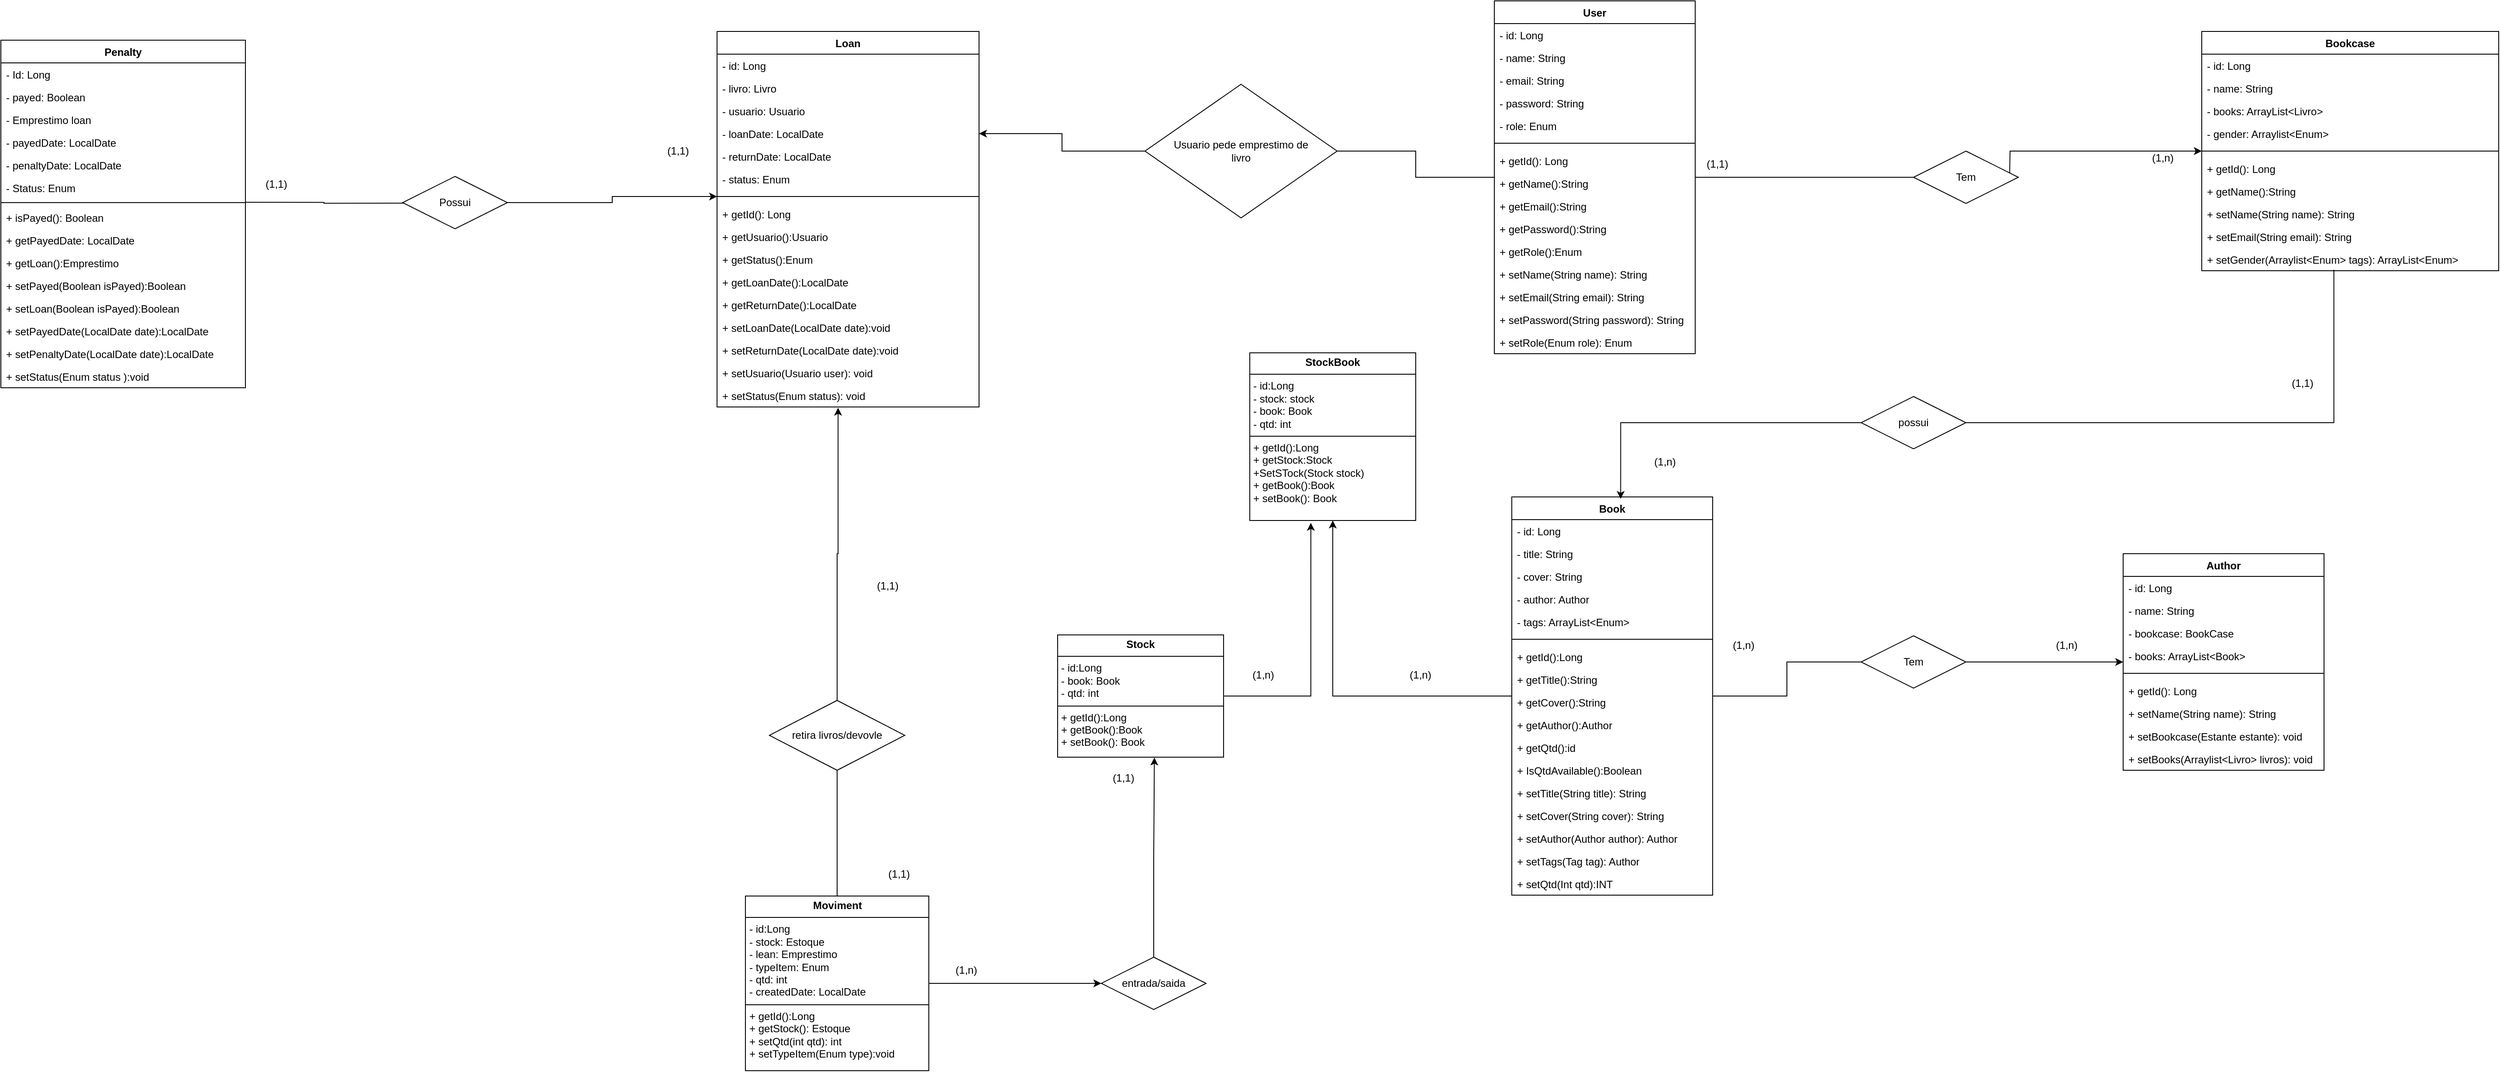
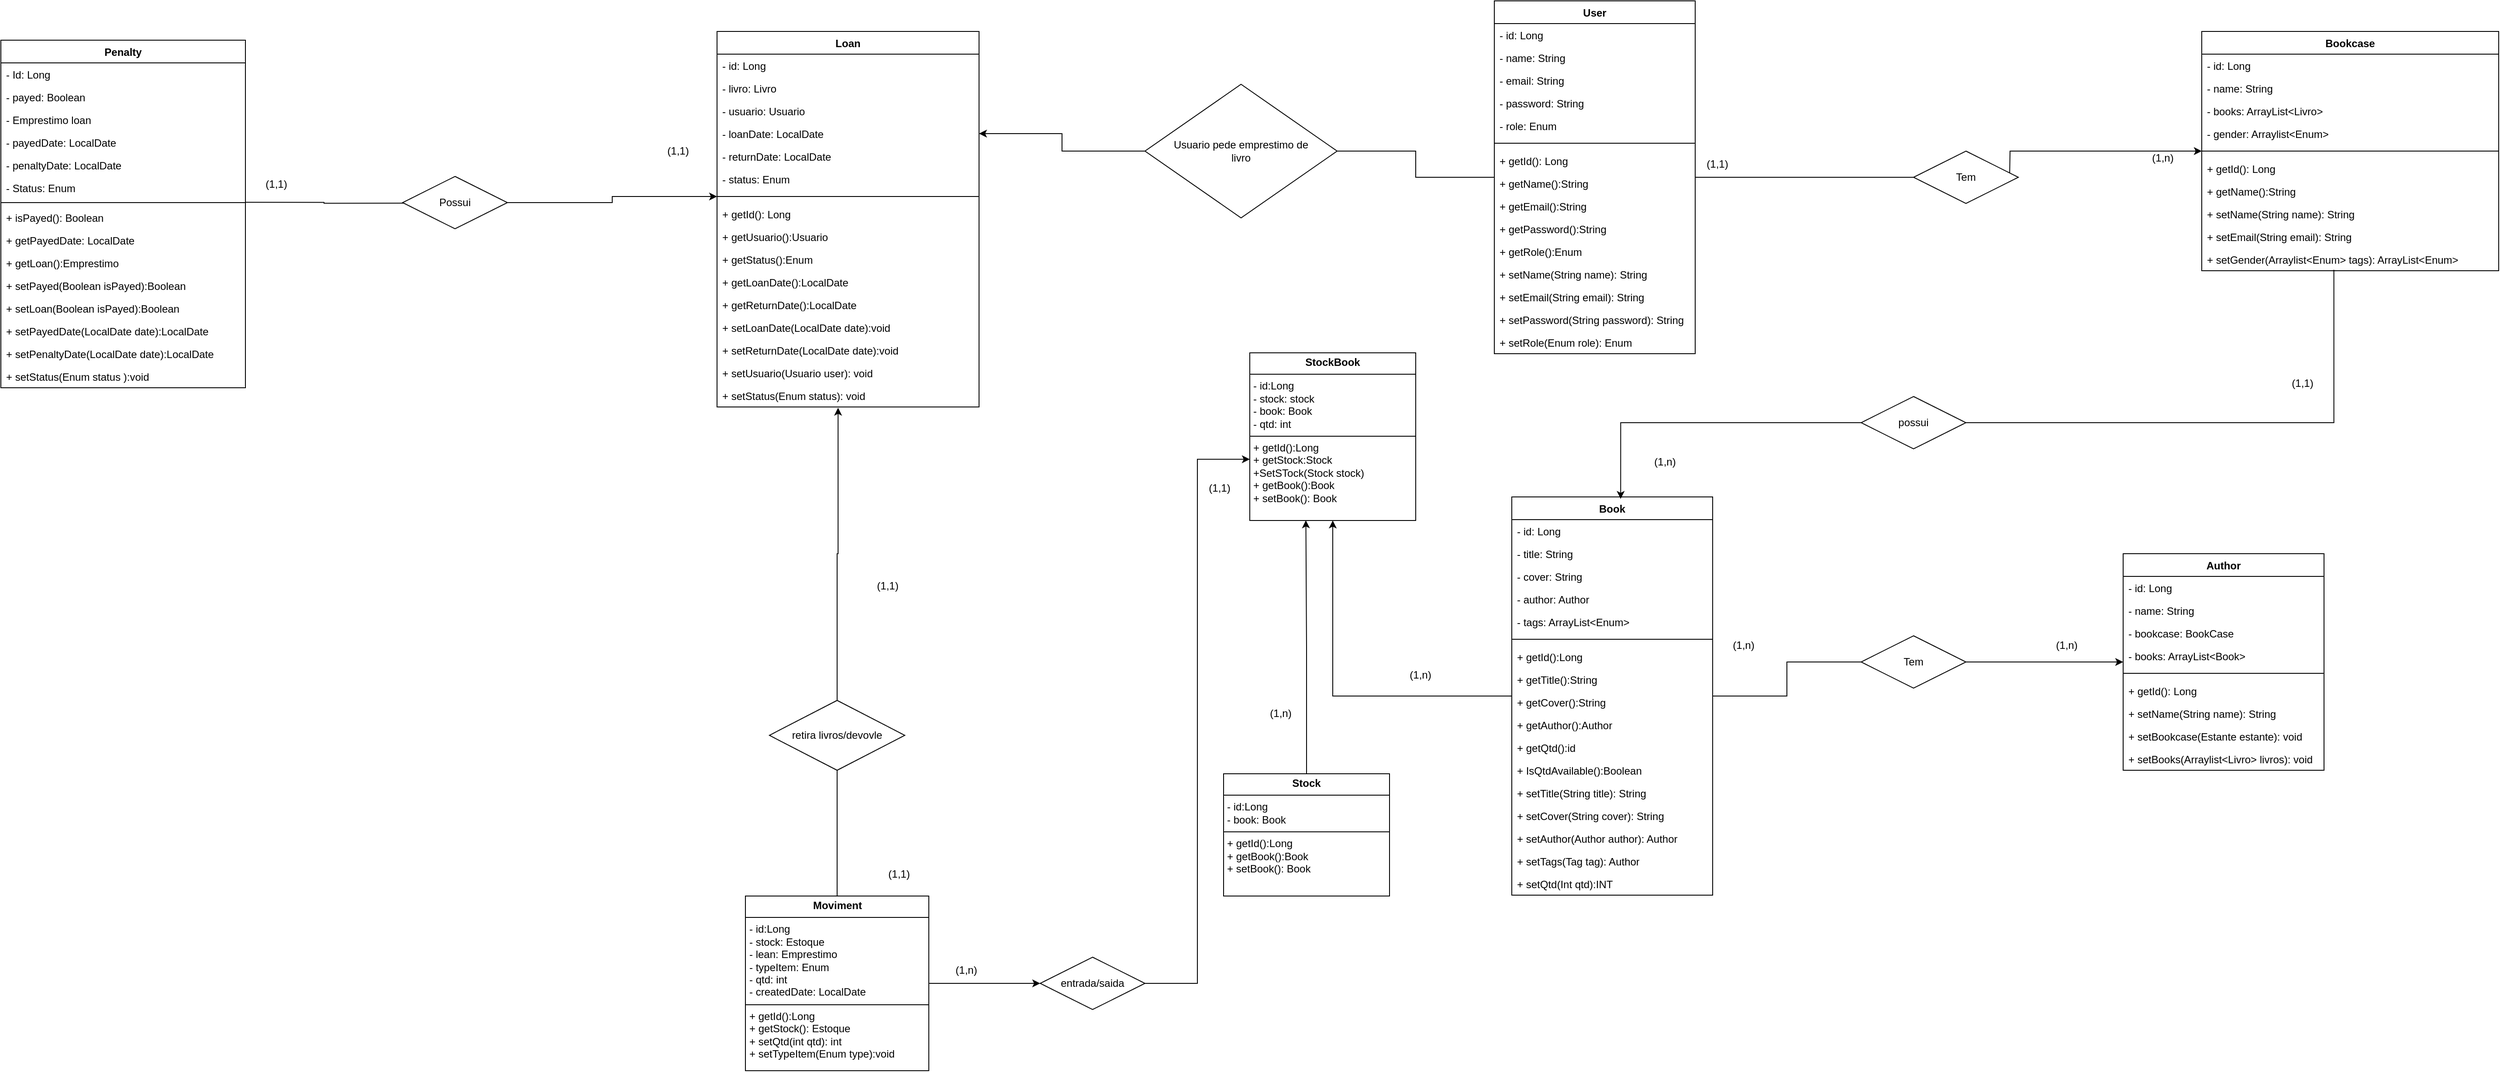
<mxfile host="Electron" agent="Mozilla/5.0 (Windows NT 10.0; Win64; x64) AppleWebKit/537.36 (KHTML, like Gecko) draw.io/29.6.6 Chrome/144.0.7559.236 Electron/40.8.4 Safari/537.36" version="29.6.6">
  <diagram name="Página-1" id="Kx7T9UcbU51RKCMPcttM">
    <mxGraphModel dx="3634" dy="1592" grid="1" gridSize="10" guides="1" tooltips="1" connect="1" arrows="1" fold="1" page="1" pageScale="1" pageWidth="1169" pageHeight="827" math="0" shadow="0">
      <root>
        <mxCell id="0" />
        <mxCell id="1" parent="0" />
        <mxCell id="uXCx0sb0L0lpM-7Oejf6-9" edge="1" parent="1" source="KmSjKLGz71K4W9qImJ2B-2" style="edgeStyle=orthogonalEdgeStyle;rounded=0;orthogonalLoop=1;jettySize=auto;html=1;endArrow=none;endFill=0;entryX=0;entryY=0.5;entryDx=0;entryDy=0;" target="VC9RXPg_d_1Dh3A2mj1C-4">
          <mxGeometry relative="1" as="geometry">
            <mxPoint x="640" y="-2.9999999999997726" as="targetPoint" />
          </mxGeometry>
        </mxCell>
        <mxCell id="VC9RXPg_d_1Dh3A2mj1C-3" edge="1" parent="1" source="KmSjKLGz71K4W9qImJ2B-2" style="edgeStyle=orthogonalEdgeStyle;rounded=0;orthogonalLoop=1;jettySize=auto;html=1;entryX=1;entryY=0.5;entryDx=0;entryDy=0;endArrow=none;endFill=0;" target="VC9RXPg_d_1Dh3A2mj1C-1">
          <mxGeometry relative="1" as="geometry" />
        </mxCell>
        <mxCell id="KmSjKLGz71K4W9qImJ2B-2" parent="1" style="swimlane;fontStyle=1;align=center;verticalAlign=top;childLayout=stackLayout;horizontal=1;startSize=26;horizontalStack=0;resizeParent=1;resizeParentMax=0;resizeLast=0;collapsible=1;marginBottom=0;whiteSpace=wrap;html=1;" value="User" vertex="1">
          <mxGeometry height="404" width="230" x="140" y="-205" as="geometry" />
        </mxCell>
        <mxCell id="KmSjKLGz71K4W9qImJ2B-3" parent="KmSjKLGz71K4W9qImJ2B-2" style="text;strokeColor=none;fillColor=none;align=left;verticalAlign=top;spacingLeft=4;spacingRight=4;overflow=hidden;rotatable=0;points=[[0,0.5],[1,0.5]];portConstraint=eastwest;whiteSpace=wrap;html=1;" value="- id: Long" vertex="1">
          <mxGeometry height="26" width="230" y="26" as="geometry" />
        </mxCell>
        <mxCell id="KmSjKLGz71K4W9qImJ2B-6" parent="KmSjKLGz71K4W9qImJ2B-2" style="text;strokeColor=none;fillColor=none;align=left;verticalAlign=top;spacingLeft=4;spacingRight=4;overflow=hidden;rotatable=0;points=[[0,0.5],[1,0.5]];portConstraint=eastwest;whiteSpace=wrap;html=1;" value="- name: String" vertex="1">
          <mxGeometry height="26" width="230" y="52" as="geometry" />
        </mxCell>
        <mxCell id="KmSjKLGz71K4W9qImJ2B-7" parent="KmSjKLGz71K4W9qImJ2B-2" style="text;strokeColor=none;fillColor=none;align=left;verticalAlign=top;spacingLeft=4;spacingRight=4;overflow=hidden;rotatable=0;points=[[0,0.5],[1,0.5]];portConstraint=eastwest;whiteSpace=wrap;html=1;" value="- email: String" vertex="1">
          <mxGeometry height="26" width="230" y="78" as="geometry" />
        </mxCell>
        <mxCell id="KmSjKLGz71K4W9qImJ2B-8" parent="KmSjKLGz71K4W9qImJ2B-2" style="text;strokeColor=none;fillColor=none;align=left;verticalAlign=top;spacingLeft=4;spacingRight=4;overflow=hidden;rotatable=0;points=[[0,0.5],[1,0.5]];portConstraint=eastwest;whiteSpace=wrap;html=1;" value="- password: String" vertex="1">
          <mxGeometry height="26" width="230" y="104" as="geometry" />
        </mxCell>
        <mxCell id="KmSjKLGz71K4W9qImJ2B-9" parent="KmSjKLGz71K4W9qImJ2B-2" style="text;strokeColor=none;fillColor=none;align=left;verticalAlign=top;spacingLeft=4;spacingRight=4;overflow=hidden;rotatable=0;points=[[0,0.5],[1,0.5]];portConstraint=eastwest;whiteSpace=wrap;html=1;" value="- role: Enum" vertex="1">
          <mxGeometry height="26" width="230" y="130" as="geometry" />
        </mxCell>
        <mxCell id="KmSjKLGz71K4W9qImJ2B-4" parent="KmSjKLGz71K4W9qImJ2B-2" style="line;strokeWidth=1;fillColor=none;align=left;verticalAlign=middle;spacingTop=-1;spacingLeft=3;spacingRight=3;rotatable=0;labelPosition=right;points=[];portConstraint=eastwest;strokeColor=inherit;" value="" vertex="1">
          <mxGeometry height="14" width="230" y="156" as="geometry" />
        </mxCell>
        <mxCell id="KmSjKLGz71K4W9qImJ2B-5" parent="KmSjKLGz71K4W9qImJ2B-2" style="text;strokeColor=none;fillColor=none;align=left;verticalAlign=top;spacingLeft=4;spacingRight=4;overflow=hidden;rotatable=0;points=[[0,0.5],[1,0.5]];portConstraint=eastwest;whiteSpace=wrap;html=1;" value="+ getId(): Long" vertex="1">
          <mxGeometry height="26" width="230" y="170" as="geometry" />
        </mxCell>
        <mxCell id="KmSjKLGz71K4W9qImJ2B-10" parent="KmSjKLGz71K4W9qImJ2B-2" style="text;strokeColor=none;fillColor=none;align=left;verticalAlign=top;spacingLeft=4;spacingRight=4;overflow=hidden;rotatable=0;points=[[0,0.5],[1,0.5]];portConstraint=eastwest;whiteSpace=wrap;html=1;" value="+ getName():String" vertex="1">
          <mxGeometry height="26" width="230" y="196" as="geometry" />
        </mxCell>
        <mxCell id="KmSjKLGz71K4W9qImJ2B-11" parent="KmSjKLGz71K4W9qImJ2B-2" style="text;strokeColor=none;fillColor=none;align=left;verticalAlign=top;spacingLeft=4;spacingRight=4;overflow=hidden;rotatable=0;points=[[0,0.5],[1,0.5]];portConstraint=eastwest;whiteSpace=wrap;html=1;" value="+ getEmail():String" vertex="1">
          <mxGeometry height="26" width="230" y="222" as="geometry" />
        </mxCell>
        <mxCell id="KmSjKLGz71K4W9qImJ2B-12" parent="KmSjKLGz71K4W9qImJ2B-2" style="text;strokeColor=none;fillColor=none;align=left;verticalAlign=top;spacingLeft=4;spacingRight=4;overflow=hidden;rotatable=0;points=[[0,0.5],[1,0.5]];portConstraint=eastwest;whiteSpace=wrap;html=1;" value="+ getPassword():String" vertex="1">
          <mxGeometry height="26" width="230" y="248" as="geometry" />
        </mxCell>
        <mxCell id="KmSjKLGz71K4W9qImJ2B-13" parent="KmSjKLGz71K4W9qImJ2B-2" style="text;strokeColor=none;fillColor=none;align=left;verticalAlign=top;spacingLeft=4;spacingRight=4;overflow=hidden;rotatable=0;points=[[0,0.5],[1,0.5]];portConstraint=eastwest;whiteSpace=wrap;html=1;" value="+ getRole():Enum" vertex="1">
          <mxGeometry height="26" width="230" y="274" as="geometry" />
        </mxCell>
        <mxCell id="KmSjKLGz71K4W9qImJ2B-14" parent="KmSjKLGz71K4W9qImJ2B-2" style="text;strokeColor=none;fillColor=none;align=left;verticalAlign=top;spacingLeft=4;spacingRight=4;overflow=hidden;rotatable=0;points=[[0,0.5],[1,0.5]];portConstraint=eastwest;whiteSpace=wrap;html=1;" value="+ setName(String name): String" vertex="1">
          <mxGeometry height="26" width="230" y="300" as="geometry" />
        </mxCell>
        <mxCell id="KmSjKLGz71K4W9qImJ2B-15" parent="KmSjKLGz71K4W9qImJ2B-2" style="text;strokeColor=none;fillColor=none;align=left;verticalAlign=top;spacingLeft=4;spacingRight=4;overflow=hidden;rotatable=0;points=[[0,0.5],[1,0.5]];portConstraint=eastwest;whiteSpace=wrap;html=1;" value="+ setEmail(String email): String" vertex="1">
          <mxGeometry height="26" width="230" y="326" as="geometry" />
        </mxCell>
        <mxCell id="KmSjKLGz71K4W9qImJ2B-16" parent="KmSjKLGz71K4W9qImJ2B-2" style="text;strokeColor=none;fillColor=none;align=left;verticalAlign=top;spacingLeft=4;spacingRight=4;overflow=hidden;rotatable=0;points=[[0,0.5],[1,0.5]];portConstraint=eastwest;whiteSpace=wrap;html=1;" value="+ setPassword(String password): String" vertex="1">
          <mxGeometry height="26" width="230" y="352" as="geometry" />
        </mxCell>
        <mxCell id="KmSjKLGz71K4W9qImJ2B-17" parent="KmSjKLGz71K4W9qImJ2B-2" style="text;strokeColor=none;fillColor=none;align=left;verticalAlign=top;spacingLeft=4;spacingRight=4;overflow=hidden;rotatable=0;points=[[0,0.5],[1,0.5]];portConstraint=eastwest;whiteSpace=wrap;html=1;" value="+ setRole(Enum role): Enum" vertex="1">
          <mxGeometry height="26" width="230" y="378" as="geometry" />
        </mxCell>
        <mxCell id="uXCx0sb0L0lpM-7Oejf6-8" edge="1" parent="1" source="KmSjKLGz71K4W9qImJ2B-35" style="edgeStyle=orthogonalEdgeStyle;rounded=0;orthogonalLoop=1;jettySize=auto;html=1;entryX=0;entryY=0.5;entryDx=0;entryDy=0;endArrow=none;endFill=0;" target="VC9RXPg_d_1Dh3A2mj1C-8">
          <mxGeometry relative="1" as="geometry">
            <mxPoint x="520" y="552" as="targetPoint" />
          </mxGeometry>
        </mxCell>
        <mxCell id="KmSjKLGz71K4W9qImJ2B-35" parent="1" style="swimlane;fontStyle=1;align=center;verticalAlign=top;childLayout=stackLayout;horizontal=1;startSize=26;horizontalStack=0;resizeParent=1;resizeParentMax=0;resizeLast=0;collapsible=1;marginBottom=0;whiteSpace=wrap;html=1;" value="Book" vertex="1">
          <mxGeometry height="456" width="230" x="160" y="363" as="geometry" />
        </mxCell>
        <mxCell id="KmSjKLGz71K4W9qImJ2B-36" parent="KmSjKLGz71K4W9qImJ2B-35" style="text;strokeColor=none;fillColor=none;align=left;verticalAlign=top;spacingLeft=4;spacingRight=4;overflow=hidden;rotatable=0;points=[[0,0.5],[1,0.5]];portConstraint=eastwest;whiteSpace=wrap;html=1;" value="- id: Long" vertex="1">
          <mxGeometry height="26" width="230" y="26" as="geometry" />
        </mxCell>
        <mxCell id="KmSjKLGz71K4W9qImJ2B-38" parent="KmSjKLGz71K4W9qImJ2B-35" style="text;strokeColor=none;fillColor=none;align=left;verticalAlign=top;spacingLeft=4;spacingRight=4;overflow=hidden;rotatable=0;points=[[0,0.5],[1,0.5]];portConstraint=eastwest;whiteSpace=wrap;html=1;" value="- title: String" vertex="1">
          <mxGeometry height="26" width="230" y="52" as="geometry" />
        </mxCell>
        <mxCell id="KmSjKLGz71K4W9qImJ2B-39" parent="KmSjKLGz71K4W9qImJ2B-35" style="text;strokeColor=none;fillColor=none;align=left;verticalAlign=top;spacingLeft=4;spacingRight=4;overflow=hidden;rotatable=0;points=[[0,0.5],[1,0.5]];portConstraint=eastwest;whiteSpace=wrap;html=1;" value="- cover: String" vertex="1">
          <mxGeometry height="26" width="230" y="78" as="geometry" />
        </mxCell>
        <mxCell id="KmSjKLGz71K4W9qImJ2B-40" parent="KmSjKLGz71K4W9qImJ2B-35" style="text;strokeColor=none;fillColor=none;align=left;verticalAlign=top;spacingLeft=4;spacingRight=4;overflow=hidden;rotatable=0;points=[[0,0.5],[1,0.5]];portConstraint=eastwest;whiteSpace=wrap;html=1;" value="- author: Author" vertex="1">
          <mxGeometry height="26" width="230" y="104" as="geometry" />
        </mxCell>
        <mxCell id="KmSjKLGz71K4W9qImJ2B-139" parent="KmSjKLGz71K4W9qImJ2B-35" style="text;strokeColor=none;fillColor=none;align=left;verticalAlign=top;spacingLeft=4;spacingRight=4;overflow=hidden;rotatable=0;points=[[0,0.5],[1,0.5]];portConstraint=eastwest;whiteSpace=wrap;html=1;" value="- tags: ArrayList&amp;lt;Enum&amp;gt;" vertex="1">
          <mxGeometry height="26" width="230" y="130" as="geometry" />
        </mxCell>
        <mxCell id="KmSjKLGz71K4W9qImJ2B-41" parent="KmSjKLGz71K4W9qImJ2B-35" style="line;strokeWidth=1;fillColor=none;align=left;verticalAlign=middle;spacingTop=-1;spacingLeft=3;spacingRight=3;rotatable=0;labelPosition=right;points=[];portConstraint=eastwest;strokeColor=inherit;" value="" vertex="1">
          <mxGeometry height="14" width="230" y="156" as="geometry" />
        </mxCell>
        <mxCell id="KmSjKLGz71K4W9qImJ2B-42" parent="KmSjKLGz71K4W9qImJ2B-35" style="text;strokeColor=none;fillColor=none;align=left;verticalAlign=top;spacingLeft=4;spacingRight=4;overflow=hidden;rotatable=0;points=[[0,0.5],[1,0.5]];portConstraint=eastwest;whiteSpace=wrap;html=1;" value="+ getId():Long" vertex="1">
          <mxGeometry height="26" width="230" y="170" as="geometry" />
        </mxCell>
        <mxCell id="KmSjKLGz71K4W9qImJ2B-43" parent="KmSjKLGz71K4W9qImJ2B-35" style="text;strokeColor=none;fillColor=none;align=left;verticalAlign=top;spacingLeft=4;spacingRight=4;overflow=hidden;rotatable=0;points=[[0,0.5],[1,0.5]];portConstraint=eastwest;whiteSpace=wrap;html=1;" value="+ getTitle():String" vertex="1">
          <mxGeometry height="26" width="230" y="196" as="geometry" />
        </mxCell>
        <mxCell id="KmSjKLGz71K4W9qImJ2B-44" parent="KmSjKLGz71K4W9qImJ2B-35" style="text;strokeColor=none;fillColor=none;align=left;verticalAlign=top;spacingLeft=4;spacingRight=4;overflow=hidden;rotatable=0;points=[[0,0.5],[1,0.5]];portConstraint=eastwest;whiteSpace=wrap;html=1;" value="+ getCover():String" vertex="1">
          <mxGeometry height="26" width="230" y="222" as="geometry" />
        </mxCell>
        <mxCell id="KmSjKLGz71K4W9qImJ2B-45" parent="KmSjKLGz71K4W9qImJ2B-35" style="text;strokeColor=none;fillColor=none;align=left;verticalAlign=top;spacingLeft=4;spacingRight=4;overflow=hidden;rotatable=0;points=[[0,0.5],[1,0.5]];portConstraint=eastwest;whiteSpace=wrap;html=1;" value="+ getAuthor():Author" vertex="1">
          <mxGeometry height="26" width="230" y="248" as="geometry" />
        </mxCell>
        <mxCell id="VC9RXPg_d_1Dh3A2mj1C-16" parent="KmSjKLGz71K4W9qImJ2B-35" style="text;strokeColor=none;fillColor=none;align=left;verticalAlign=top;spacingLeft=4;spacingRight=4;overflow=hidden;rotatable=0;points=[[0,0.5],[1,0.5]];portConstraint=eastwest;whiteSpace=wrap;html=1;" value="+ getQtd():id" vertex="1">
          <mxGeometry height="26" width="230" y="274" as="geometry" />
        </mxCell>
        <mxCell id="VC9RXPg_d_1Dh3A2mj1C-17" parent="KmSjKLGz71K4W9qImJ2B-35" style="text;strokeColor=none;fillColor=none;align=left;verticalAlign=top;spacingLeft=4;spacingRight=4;overflow=hidden;rotatable=0;points=[[0,0.5],[1,0.5]];portConstraint=eastwest;whiteSpace=wrap;html=1;" value="+ IsQtdAvailable():Boolean" vertex="1">
          <mxGeometry height="26" width="230" y="300" as="geometry" />
        </mxCell>
        <mxCell id="KmSjKLGz71K4W9qImJ2B-47" parent="KmSjKLGz71K4W9qImJ2B-35" style="text;strokeColor=none;fillColor=none;align=left;verticalAlign=top;spacingLeft=4;spacingRight=4;overflow=hidden;rotatable=0;points=[[0,0.5],[1,0.5]];portConstraint=eastwest;whiteSpace=wrap;html=1;" value="+ setTitle(String title): String" vertex="1">
          <mxGeometry height="26" width="230" y="326" as="geometry" />
        </mxCell>
        <mxCell id="KmSjKLGz71K4W9qImJ2B-48" parent="KmSjKLGz71K4W9qImJ2B-35" style="text;strokeColor=none;fillColor=none;align=left;verticalAlign=top;spacingLeft=4;spacingRight=4;overflow=hidden;rotatable=0;points=[[0,0.5],[1,0.5]];portConstraint=eastwest;whiteSpace=wrap;html=1;" value="+ setCover(String cover): String" vertex="1">
          <mxGeometry height="26" width="230" y="352" as="geometry" />
        </mxCell>
        <mxCell id="KmSjKLGz71K4W9qImJ2B-49" parent="KmSjKLGz71K4W9qImJ2B-35" style="text;strokeColor=none;fillColor=none;align=left;verticalAlign=top;spacingLeft=4;spacingRight=4;overflow=hidden;rotatable=0;points=[[0,0.5],[1,0.5]];portConstraint=eastwest;whiteSpace=wrap;html=1;" value="+ setAuthor(Author author): Author" vertex="1">
          <mxGeometry height="26" width="230" y="378" as="geometry" />
        </mxCell>
        <mxCell id="KmSjKLGz71K4W9qImJ2B-140" parent="KmSjKLGz71K4W9qImJ2B-35" style="text;strokeColor=none;fillColor=none;align=left;verticalAlign=top;spacingLeft=4;spacingRight=4;overflow=hidden;rotatable=0;points=[[0,0.5],[1,0.5]];portConstraint=eastwest;whiteSpace=wrap;html=1;" value="+ setTags(Tag tag): Author" vertex="1">
          <mxGeometry height="26" width="230" y="404" as="geometry" />
        </mxCell>
        <mxCell id="VC9RXPg_d_1Dh3A2mj1C-18" parent="KmSjKLGz71K4W9qImJ2B-35" style="text;strokeColor=none;fillColor=none;align=left;verticalAlign=top;spacingLeft=4;spacingRight=4;overflow=hidden;rotatable=0;points=[[0,0.5],[1,0.5]];portConstraint=eastwest;whiteSpace=wrap;html=1;" value="+ setQtd(Int qtd):INT" vertex="1">
          <mxGeometry height="26" width="230" y="430" as="geometry" />
        </mxCell>
        <mxCell id="KmSjKLGz71K4W9qImJ2B-64" parent="1" style="swimlane;fontStyle=1;align=center;verticalAlign=top;childLayout=stackLayout;horizontal=1;startSize=26;horizontalStack=0;resizeParent=1;resizeParentMax=0;resizeLast=0;collapsible=1;marginBottom=0;whiteSpace=wrap;html=1;" value="Author" vertex="1">
          <mxGeometry height="248" width="230" x="860" y="428" as="geometry" />
        </mxCell>
        <mxCell id="KmSjKLGz71K4W9qImJ2B-65" parent="KmSjKLGz71K4W9qImJ2B-64" style="text;strokeColor=none;fillColor=none;align=left;verticalAlign=top;spacingLeft=4;spacingRight=4;overflow=hidden;rotatable=0;points=[[0,0.5],[1,0.5]];portConstraint=eastwest;whiteSpace=wrap;html=1;" value="- id: Long" vertex="1">
          <mxGeometry height="26" width="230" y="26" as="geometry" />
        </mxCell>
        <mxCell id="KmSjKLGz71K4W9qImJ2B-66" parent="KmSjKLGz71K4W9qImJ2B-64" style="text;strokeColor=none;fillColor=none;align=left;verticalAlign=top;spacingLeft=4;spacingRight=4;overflow=hidden;rotatable=0;points=[[0,0.5],[1,0.5]];portConstraint=eastwest;whiteSpace=wrap;html=1;" value="- name: String" vertex="1">
          <mxGeometry height="26" width="230" y="52" as="geometry" />
        </mxCell>
        <mxCell id="KmSjKLGz71K4W9qImJ2B-149" parent="KmSjKLGz71K4W9qImJ2B-64" style="text;strokeColor=none;fillColor=none;align=left;verticalAlign=top;spacingLeft=4;spacingRight=4;overflow=hidden;rotatable=0;points=[[0,0.5],[1,0.5]];portConstraint=eastwest;whiteSpace=wrap;html=1;" value="- bookcase: BookCase" vertex="1">
          <mxGeometry height="26" width="230" y="78" as="geometry" />
        </mxCell>
        <mxCell id="uXCx0sb0L0lpM-7Oejf6-3" parent="KmSjKLGz71K4W9qImJ2B-64" style="text;strokeColor=none;fillColor=none;align=left;verticalAlign=top;spacingLeft=4;spacingRight=4;overflow=hidden;rotatable=0;points=[[0,0.5],[1,0.5]];portConstraint=eastwest;whiteSpace=wrap;html=1;" value="- books: ArrayList&amp;lt;Book&amp;gt;" vertex="1">
          <mxGeometry height="26" width="230" y="104" as="geometry" />
        </mxCell>
        <mxCell id="KmSjKLGz71K4W9qImJ2B-70" parent="KmSjKLGz71K4W9qImJ2B-64" style="line;strokeWidth=1;fillColor=none;align=left;verticalAlign=middle;spacingTop=-1;spacingLeft=3;spacingRight=3;rotatable=0;labelPosition=right;points=[];portConstraint=eastwest;strokeColor=inherit;" value="" vertex="1">
          <mxGeometry height="14" width="230" y="130" as="geometry" />
        </mxCell>
        <mxCell id="KmSjKLGz71K4W9qImJ2B-71" parent="KmSjKLGz71K4W9qImJ2B-64" style="text;strokeColor=none;fillColor=none;align=left;verticalAlign=top;spacingLeft=4;spacingRight=4;overflow=hidden;rotatable=0;points=[[0,0.5],[1,0.5]];portConstraint=eastwest;whiteSpace=wrap;html=1;" value="+ getId(): Long" vertex="1">
          <mxGeometry height="26" width="230" y="144" as="geometry" />
        </mxCell>
        <mxCell id="KmSjKLGz71K4W9qImJ2B-76" parent="KmSjKLGz71K4W9qImJ2B-64" style="text;strokeColor=none;fillColor=none;align=left;verticalAlign=top;spacingLeft=4;spacingRight=4;overflow=hidden;rotatable=0;points=[[0,0.5],[1,0.5]];portConstraint=eastwest;whiteSpace=wrap;html=1;" value="+ setName(String name): String" vertex="1">
          <mxGeometry height="26" width="230" y="170" as="geometry" />
        </mxCell>
        <mxCell id="dsXsR4ag7PACNrRJgRpK-15" parent="KmSjKLGz71K4W9qImJ2B-64" style="text;strokeColor=none;fillColor=none;align=left;verticalAlign=top;spacingLeft=4;spacingRight=4;overflow=hidden;rotatable=0;points=[[0,0.5],[1,0.5]];portConstraint=eastwest;whiteSpace=wrap;html=1;" value="+ setBookcase(Estante estante): void" vertex="1">
          <mxGeometry height="26" width="230" y="196" as="geometry" />
        </mxCell>
        <mxCell id="dsXsR4ag7PACNrRJgRpK-16" parent="KmSjKLGz71K4W9qImJ2B-64" style="text;strokeColor=none;fillColor=none;align=left;verticalAlign=top;spacingLeft=4;spacingRight=4;overflow=hidden;rotatable=0;points=[[0,0.5],[1,0.5]];portConstraint=eastwest;whiteSpace=wrap;html=1;" value="+ setBooks(Arraylist&amp;lt;Livro&amp;gt; livros): void" vertex="1">
          <mxGeometry height="26" width="230" y="222" as="geometry" />
        </mxCell>
        <mxCell id="KmSjKLGz71K4W9qImJ2B-80" parent="1" style="swimlane;fontStyle=1;align=center;verticalAlign=top;childLayout=stackLayout;horizontal=1;startSize=26;horizontalStack=0;resizeParent=1;resizeParentMax=0;resizeLast=0;collapsible=1;marginBottom=0;whiteSpace=wrap;html=1;" value="Loan" vertex="1">
          <mxGeometry height="430" width="300" x="-750" y="-170" as="geometry" />
        </mxCell>
        <mxCell id="KmSjKLGz71K4W9qImJ2B-81" parent="KmSjKLGz71K4W9qImJ2B-80" style="text;strokeColor=none;fillColor=none;align=left;verticalAlign=top;spacingLeft=4;spacingRight=4;overflow=hidden;rotatable=0;points=[[0,0.5],[1,0.5]];portConstraint=eastwest;whiteSpace=wrap;html=1;" value="- id: Long" vertex="1">
          <mxGeometry height="26" width="300" y="26" as="geometry" />
        </mxCell>
        <mxCell id="KmSjKLGz71K4W9qImJ2B-82" parent="KmSjKLGz71K4W9qImJ2B-80" style="text;strokeColor=none;fillColor=none;align=left;verticalAlign=top;spacingLeft=4;spacingRight=4;overflow=hidden;rotatable=0;points=[[0,0.5],[1,0.5]];portConstraint=eastwest;whiteSpace=wrap;html=1;" value="- livro: Livro" vertex="1">
          <mxGeometry height="26" width="300" y="52" as="geometry" />
        </mxCell>
        <mxCell id="uXCx0sb0L0lpM-7Oejf6-6" parent="KmSjKLGz71K4W9qImJ2B-80" style="text;strokeColor=none;fillColor=none;align=left;verticalAlign=top;spacingLeft=4;spacingRight=4;overflow=hidden;rotatable=0;points=[[0,0.5],[1,0.5]];portConstraint=eastwest;whiteSpace=wrap;html=1;" value="- usuario: Usuario" vertex="1">
          <mxGeometry height="26" width="300" y="78" as="geometry" />
        </mxCell>
        <mxCell id="KmSjKLGz71K4W9qImJ2B-84" parent="KmSjKLGz71K4W9qImJ2B-80" style="text;strokeColor=none;fillColor=none;align=left;verticalAlign=top;spacingLeft=4;spacingRight=4;overflow=hidden;rotatable=0;points=[[0,0.5],[1,0.5]];portConstraint=eastwest;whiteSpace=wrap;html=1;" value="- loanDate: LocalDate" vertex="1">
          <mxGeometry height="26" width="300" y="104" as="geometry" />
        </mxCell>
        <mxCell id="uXCx0sb0L0lpM-7Oejf6-5" parent="KmSjKLGz71K4W9qImJ2B-80" style="text;strokeColor=none;fillColor=none;align=left;verticalAlign=top;spacingLeft=4;spacingRight=4;overflow=hidden;rotatable=0;points=[[0,0.5],[1,0.5]];portConstraint=eastwest;whiteSpace=wrap;html=1;" value="- returnDate: LocalDate" vertex="1">
          <mxGeometry height="26" width="300" y="130" as="geometry" />
        </mxCell>
        <mxCell id="VC9RXPg_d_1Dh3A2mj1C-10" parent="KmSjKLGz71K4W9qImJ2B-80" style="text;strokeColor=none;fillColor=none;align=left;verticalAlign=top;spacingLeft=4;spacingRight=4;overflow=hidden;rotatable=0;points=[[0,0.5],[1,0.5]];portConstraint=eastwest;whiteSpace=wrap;html=1;" value="- status: Enum" vertex="1">
          <mxGeometry height="26" width="300" y="156" as="geometry" />
        </mxCell>
        <mxCell id="KmSjKLGz71K4W9qImJ2B-86" parent="KmSjKLGz71K4W9qImJ2B-80" style="line;strokeWidth=1;fillColor=none;align=left;verticalAlign=middle;spacingTop=-1;spacingLeft=3;spacingRight=3;rotatable=0;labelPosition=right;points=[];portConstraint=eastwest;strokeColor=inherit;" value="" vertex="1">
          <mxGeometry height="14" width="300" y="182" as="geometry" />
        </mxCell>
        <mxCell id="KmSjKLGz71K4W9qImJ2B-87" parent="KmSjKLGz71K4W9qImJ2B-80" style="text;strokeColor=none;fillColor=none;align=left;verticalAlign=top;spacingLeft=4;spacingRight=4;overflow=hidden;rotatable=0;points=[[0,0.5],[1,0.5]];portConstraint=eastwest;whiteSpace=wrap;html=1;" value="+ getId(): Long" vertex="1">
          <mxGeometry height="26" width="300" y="196" as="geometry" />
        </mxCell>
        <mxCell id="KmSjKLGz71K4W9qImJ2B-89" parent="KmSjKLGz71K4W9qImJ2B-80" style="text;strokeColor=none;fillColor=none;align=left;verticalAlign=top;spacingLeft=4;spacingRight=4;overflow=hidden;rotatable=0;points=[[0,0.5],[1,0.5]];portConstraint=eastwest;whiteSpace=wrap;html=1;" value="+ getUsuario():Usuario" vertex="1">
          <mxGeometry height="26" width="300" y="222" as="geometry" />
        </mxCell>
        <mxCell id="KmSjKLGz71K4W9qImJ2B-91" parent="KmSjKLGz71K4W9qImJ2B-80" style="text;strokeColor=none;fillColor=none;align=left;verticalAlign=top;spacingLeft=4;spacingRight=4;overflow=hidden;rotatable=0;points=[[0,0.5],[1,0.5]];portConstraint=eastwest;whiteSpace=wrap;html=1;" value="+ getStatus():Enum" vertex="1">
          <mxGeometry height="26" width="300" y="248" as="geometry" />
        </mxCell>
        <mxCell id="VC9RXPg_d_1Dh3A2mj1C-22" parent="KmSjKLGz71K4W9qImJ2B-80" style="text;strokeColor=none;fillColor=none;align=left;verticalAlign=top;spacingLeft=4;spacingRight=4;overflow=hidden;rotatable=0;points=[[0,0.5],[1,0.5]];portConstraint=eastwest;whiteSpace=wrap;html=1;" value="+ getLoanDate():LocalDate" vertex="1">
          <mxGeometry height="26" width="300" y="274" as="geometry" />
        </mxCell>
        <mxCell id="VC9RXPg_d_1Dh3A2mj1C-26" parent="KmSjKLGz71K4W9qImJ2B-80" style="text;strokeColor=none;fillColor=none;align=left;verticalAlign=top;spacingLeft=4;spacingRight=4;overflow=hidden;rotatable=0;points=[[0,0.5],[1,0.5]];portConstraint=eastwest;whiteSpace=wrap;html=1;" value="+ getReturnDate():LocalDate" vertex="1">
          <mxGeometry height="26" width="300" y="300" as="geometry" />
        </mxCell>
        <mxCell id="VC9RXPg_d_1Dh3A2mj1C-23" parent="KmSjKLGz71K4W9qImJ2B-80" style="text;strokeColor=none;fillColor=none;align=left;verticalAlign=top;spacingLeft=4;spacingRight=4;overflow=hidden;rotatable=0;points=[[0,0.5],[1,0.5]];portConstraint=eastwest;whiteSpace=wrap;html=1;" value="+ setLoanDate(LocalDate date):void" vertex="1">
          <mxGeometry height="26" width="300" y="326" as="geometry" />
        </mxCell>
        <mxCell id="VC9RXPg_d_1Dh3A2mj1C-27" parent="KmSjKLGz71K4W9qImJ2B-80" style="text;strokeColor=none;fillColor=none;align=left;verticalAlign=top;spacingLeft=4;spacingRight=4;overflow=hidden;rotatable=0;points=[[0,0.5],[1,0.5]];portConstraint=eastwest;whiteSpace=wrap;html=1;" value="+ setReturnDate(LocalDate date):void" vertex="1">
          <mxGeometry height="26" width="300" y="352" as="geometry" />
        </mxCell>
        <mxCell id="KmSjKLGz71K4W9qImJ2B-92" parent="KmSjKLGz71K4W9qImJ2B-80" style="text;strokeColor=none;fillColor=none;align=left;verticalAlign=top;spacingLeft=4;spacingRight=4;overflow=hidden;rotatable=0;points=[[0,0.5],[1,0.5]];portConstraint=eastwest;whiteSpace=wrap;html=1;" value="+ setUsuario(Usuario user): void" vertex="1">
          <mxGeometry height="26" width="300" y="378" as="geometry" />
        </mxCell>
        <mxCell id="VC9RXPg_d_1Dh3A2mj1C-31" parent="KmSjKLGz71K4W9qImJ2B-80" style="text;strokeColor=none;fillColor=none;align=left;verticalAlign=top;spacingLeft=4;spacingRight=4;overflow=hidden;rotatable=0;points=[[0,0.5],[1,0.5]];portConstraint=eastwest;whiteSpace=wrap;html=1;" value="+ setStatus(Enum status): void" vertex="1">
          <mxGeometry height="26" width="300" y="404" as="geometry" />
        </mxCell>
        <mxCell id="KmSjKLGz71K4W9qImJ2B-99" edge="1" parent="1" source="VC9RXPg_d_1Dh3A2mj1C-8" style="edgeStyle=orthogonalEdgeStyle;rounded=0;orthogonalLoop=1;jettySize=auto;html=1;exitX=1;exitY=0.5;exitDx=0;exitDy=0;" target="KmSjKLGz71K4W9qImJ2B-64">
          <mxGeometry relative="1" as="geometry">
            <mxPoint x="640" y="552" as="sourcePoint" />
          </mxGeometry>
        </mxCell>
        <mxCell id="KmSjKLGz71K4W9qImJ2B-100" parent="1" style="text;html=1;align=center;verticalAlign=middle;resizable=0;points=[];autosize=1;strokeColor=none;fillColor=none;" value="(1,n)" vertex="1">
          <mxGeometry height="30" width="50" x="400" y="518" as="geometry" />
        </mxCell>
        <mxCell id="uXCx0sb0L0lpM-7Oejf6-14" edge="1" parent="1" source="KmSjKLGz71K4W9qImJ2B-129" style="edgeStyle=orthogonalEdgeStyle;rounded=0;orthogonalLoop=1;jettySize=auto;html=1;entryX=1;entryY=0.5;entryDx=0;entryDy=0;endArrow=none;endFill=0;startArrow=classic;startFill=1;">
          <mxGeometry relative="1" as="geometry">
            <mxPoint x="941.02" y="-5.16599999999994" as="sourcePoint" />
            <mxPoint x="730" y="-3" as="targetPoint" />
          </mxGeometry>
        </mxCell>
        <mxCell id="VC9RXPg_d_1Dh3A2mj1C-12" edge="1" parent="1" source="KmSjKLGz71K4W9qImJ2B-138" style="edgeStyle=orthogonalEdgeStyle;rounded=0;orthogonalLoop=1;jettySize=auto;html=1;entryX=1;entryY=0.5;entryDx=0;entryDy=0;exitX=0.445;exitY=0.959;exitDx=0;exitDy=0;exitPerimeter=0;endArrow=none;endFill=0;" target="VC9RXPg_d_1Dh3A2mj1C-11">
          <mxGeometry relative="1" as="geometry">
            <Array as="points">
              <mxPoint x="1101" y="278" />
            </Array>
            <mxPoint x="1095.0226315789475" y="248" as="sourcePoint" />
            <mxPoint x="714.97" y="278" as="targetPoint" />
          </mxGeometry>
        </mxCell>
        <mxCell id="KmSjKLGz71K4W9qImJ2B-123" parent="1" style="swimlane;fontStyle=1;align=center;verticalAlign=top;childLayout=stackLayout;horizontal=1;startSize=26;horizontalStack=0;resizeParent=1;resizeParentMax=0;resizeLast=0;collapsible=1;marginBottom=0;whiteSpace=wrap;html=1;" value="Bookcase" vertex="1">
          <mxGeometry height="274" width="340" x="950" y="-170" as="geometry" />
        </mxCell>
        <mxCell id="KmSjKLGz71K4W9qImJ2B-124" parent="KmSjKLGz71K4W9qImJ2B-123" style="text;strokeColor=none;fillColor=none;align=left;verticalAlign=top;spacingLeft=4;spacingRight=4;overflow=hidden;rotatable=0;points=[[0,0.5],[1,0.5]];portConstraint=eastwest;whiteSpace=wrap;html=1;" value="- id: Long" vertex="1">
          <mxGeometry height="26" width="340" y="26" as="geometry" />
        </mxCell>
        <mxCell id="KmSjKLGz71K4W9qImJ2B-125" parent="KmSjKLGz71K4W9qImJ2B-123" style="text;strokeColor=none;fillColor=none;align=left;verticalAlign=top;spacingLeft=4;spacingRight=4;overflow=hidden;rotatable=0;points=[[0,0.5],[1,0.5]];portConstraint=eastwest;whiteSpace=wrap;html=1;" value="- name: String" vertex="1">
          <mxGeometry height="26" width="340" y="52" as="geometry" />
        </mxCell>
        <mxCell id="KmSjKLGz71K4W9qImJ2B-126" parent="KmSjKLGz71K4W9qImJ2B-123" style="text;strokeColor=none;fillColor=none;align=left;verticalAlign=top;spacingLeft=4;spacingRight=4;overflow=hidden;rotatable=0;points=[[0,0.5],[1,0.5]];portConstraint=eastwest;whiteSpace=wrap;html=1;" value="- books: ArrayList&amp;lt;Livro&amp;gt;" vertex="1">
          <mxGeometry height="26" width="340" y="78" as="geometry" />
        </mxCell>
        <mxCell id="KmSjKLGz71K4W9qImJ2B-155" parent="KmSjKLGz71K4W9qImJ2B-123" style="text;strokeColor=none;fillColor=none;align=left;verticalAlign=top;spacingLeft=4;spacingRight=4;overflow=hidden;rotatable=0;points=[[0,0.5],[1,0.5]];portConstraint=eastwest;whiteSpace=wrap;html=1;" value="- gender: Arraylist&amp;lt;Enum&amp;gt;" vertex="1">
          <mxGeometry height="26" width="340" y="104" as="geometry" />
        </mxCell>
        <mxCell id="KmSjKLGz71K4W9qImJ2B-129" parent="KmSjKLGz71K4W9qImJ2B-123" style="line;strokeWidth=1;fillColor=none;align=left;verticalAlign=middle;spacingTop=-1;spacingLeft=3;spacingRight=3;rotatable=0;labelPosition=right;points=[];portConstraint=eastwest;strokeColor=inherit;" value="" vertex="1">
          <mxGeometry height="14" width="340" y="130" as="geometry" />
        </mxCell>
        <mxCell id="KmSjKLGz71K4W9qImJ2B-130" parent="KmSjKLGz71K4W9qImJ2B-123" style="text;strokeColor=none;fillColor=none;align=left;verticalAlign=top;spacingLeft=4;spacingRight=4;overflow=hidden;rotatable=0;points=[[0,0.5],[1,0.5]];portConstraint=eastwest;whiteSpace=wrap;html=1;" value="+ getId(): Long" vertex="1">
          <mxGeometry height="26" width="340" y="144" as="geometry" />
        </mxCell>
        <mxCell id="KmSjKLGz71K4W9qImJ2B-131" parent="KmSjKLGz71K4W9qImJ2B-123" style="text;strokeColor=none;fillColor=none;align=left;verticalAlign=top;spacingLeft=4;spacingRight=4;overflow=hidden;rotatable=0;points=[[0,0.5],[1,0.5]];portConstraint=eastwest;whiteSpace=wrap;html=1;" value="+ getName():String" vertex="1">
          <mxGeometry height="26" width="340" y="170" as="geometry" />
        </mxCell>
        <mxCell id="KmSjKLGz71K4W9qImJ2B-135" parent="KmSjKLGz71K4W9qImJ2B-123" style="text;strokeColor=none;fillColor=none;align=left;verticalAlign=top;spacingLeft=4;spacingRight=4;overflow=hidden;rotatable=0;points=[[0,0.5],[1,0.5]];portConstraint=eastwest;whiteSpace=wrap;html=1;" value="+ setName(String name): String" vertex="1">
          <mxGeometry height="26" width="340" y="196" as="geometry" />
        </mxCell>
        <mxCell id="KmSjKLGz71K4W9qImJ2B-136" parent="KmSjKLGz71K4W9qImJ2B-123" style="text;strokeColor=none;fillColor=none;align=left;verticalAlign=top;spacingLeft=4;spacingRight=4;overflow=hidden;rotatable=0;points=[[0,0.5],[1,0.5]];portConstraint=eastwest;whiteSpace=wrap;html=1;" value="+ setEmail(String email): String" vertex="1">
          <mxGeometry height="26" width="340" y="222" as="geometry" />
        </mxCell>
        <mxCell id="KmSjKLGz71K4W9qImJ2B-138" parent="KmSjKLGz71K4W9qImJ2B-123" style="text;strokeColor=none;fillColor=none;align=left;verticalAlign=top;spacingLeft=4;spacingRight=4;overflow=hidden;rotatable=0;points=[[0,0.5],[1,0.5]];portConstraint=eastwest;whiteSpace=wrap;html=1;" value="+ setGender(Arraylist&amp;lt;Enum&amp;gt; tags): ArrayList&amp;lt;Enum&amp;gt;" vertex="1">
          <mxGeometry height="26" width="340" y="248" as="geometry" />
        </mxCell>
        <mxCell id="KmSjKLGz71K4W9qImJ2B-171" parent="1" style="text;html=1;align=center;verticalAlign=middle;resizable=0;points=[];autosize=1;strokeColor=none;fillColor=none;" value="(1,1)" vertex="1">
          <mxGeometry height="30" width="50" x="370" y="-33" as="geometry" />
        </mxCell>
        <mxCell id="KmSjKLGz71K4W9qImJ2B-172" parent="1" style="text;html=1;align=center;verticalAlign=middle;resizable=0;points=[];autosize=1;strokeColor=none;fillColor=none;" value="(1,n)" vertex="1">
          <mxGeometry height="30" width="50" x="880" y="-40" as="geometry" />
        </mxCell>
        <mxCell id="KmSjKLGz71K4W9qImJ2B-173" parent="1" style="text;html=1;align=center;verticalAlign=middle;resizable=0;points=[];autosize=1;strokeColor=none;fillColor=none;" value="(1,n)" vertex="1">
          <mxGeometry height="30" width="50" x="770" y="518" as="geometry" />
        </mxCell>
        <mxCell id="VC9RXPg_d_1Dh3A2mj1C-2" edge="1" parent="1" source="VC9RXPg_d_1Dh3A2mj1C-1" style="edgeStyle=orthogonalEdgeStyle;rounded=0;orthogonalLoop=1;jettySize=auto;html=1;entryX=1;entryY=0.5;entryDx=0;entryDy=0;" target="KmSjKLGz71K4W9qImJ2B-84">
          <mxGeometry relative="1" as="geometry" />
        </mxCell>
        <mxCell id="VC9RXPg_d_1Dh3A2mj1C-1" parent="1" style="shape=rhombus;perimeter=rhombusPerimeter;whiteSpace=wrap;html=1;align=center;" value="Usuario pede emprestimo de&lt;div&gt;livro&lt;/div&gt;" vertex="1">
          <mxGeometry height="153" width="220" x="-260" y="-109.5" as="geometry" />
        </mxCell>
        <mxCell id="VC9RXPg_d_1Dh3A2mj1C-4" parent="1" style="shape=rhombus;perimeter=rhombusPerimeter;whiteSpace=wrap;html=1;align=center;" value="Tem" vertex="1">
          <mxGeometry height="60" width="120" x="620" y="-33" as="geometry" />
        </mxCell>
        <mxCell id="VC9RXPg_d_1Dh3A2mj1C-8" parent="1" style="shape=rhombus;perimeter=rhombusPerimeter;whiteSpace=wrap;html=1;align=center;" value="Tem" vertex="1">
          <mxGeometry height="60" width="120" x="560" y="522" as="geometry" />
        </mxCell>
        <mxCell id="VC9RXPg_d_1Dh3A2mj1C-11" parent="1" style="shape=rhombus;perimeter=rhombusPerimeter;whiteSpace=wrap;html=1;align=center;" value="possui" vertex="1">
          <mxGeometry height="60" width="120" x="560" y="248" as="geometry" />
        </mxCell>
        <mxCell id="VC9RXPg_d_1Dh3A2mj1C-13" edge="1" parent="1" source="VC9RXPg_d_1Dh3A2mj1C-11" style="edgeStyle=orthogonalEdgeStyle;rounded=0;orthogonalLoop=1;jettySize=auto;html=1;entryX=0.542;entryY=0.005;entryDx=0;entryDy=0;entryPerimeter=0;" target="KmSjKLGz71K4W9qImJ2B-35">
          <mxGeometry relative="1" as="geometry" />
        </mxCell>
        <mxCell id="VC9RXPg_d_1Dh3A2mj1C-14" parent="1" style="text;html=1;align=center;verticalAlign=middle;resizable=0;points=[];autosize=1;strokeColor=none;fillColor=none;" value="(1,1)" vertex="1">
          <mxGeometry height="30" width="50" x="1040" y="218" as="geometry" />
        </mxCell>
        <mxCell id="VC9RXPg_d_1Dh3A2mj1C-15" parent="1" style="text;html=1;align=center;verticalAlign=middle;resizable=0;points=[];autosize=1;strokeColor=none;fillColor=none;" value="(1,n)" vertex="1">
          <mxGeometry height="30" width="50" x="310" y="308" as="geometry" />
        </mxCell>
-         <mxCell id="VC9RXPg_d_1Dh3A2mj1C-20" parent="1" style="verticalAlign=top;align=left;overflow=fill;html=1;whiteSpace=wrap;" value="&lt;p style=&quot;margin:0px;margin-top:4px;text-align:center;&quot;&gt;&lt;b&gt;Stock&lt;/b&gt;&lt;/p&gt;&lt;hr size=&quot;1&quot; style=&quot;border-style:solid;&quot;&gt;&lt;p style=&quot;margin:0px;margin-left:4px;&quot;&gt;- id:Long&lt;/p&gt;&lt;p style=&quot;margin:0px;margin-left:4px;&quot;&gt;- book: Book&lt;/p&gt;&lt;p style=&quot;margin:0px;margin-left:4px;&quot;&gt;- qtd: int&lt;/p&gt;&lt;hr size=&quot;1&quot; style=&quot;border-style:solid;&quot;&gt;&lt;p style=&quot;margin:0px;margin-left:4px;&quot;&gt;+ getId():Long&lt;/p&gt;&lt;p style=&quot;margin:0px;margin-left:4px;&quot;&gt;+ getBook():Book&lt;/p&gt;&lt;p style=&quot;margin:0px;margin-left:4px;&quot;&gt;+ setBook(): Book&lt;/p&gt;" vertex="1">
-           <mxGeometry height="140" width="190" x="-360" y="521" as="geometry" />
+         <mxCell id="VC9RXPg_d_1Dh3A2mj1C-20" parent="1" style="verticalAlign=top;align=left;overflow=fill;html=1;whiteSpace=wrap;" value="&lt;p style=&quot;margin:0px;margin-top:4px;text-align:center;&quot;&gt;&lt;b&gt;Stock&lt;/b&gt;&lt;/p&gt;&lt;hr size=&quot;1&quot; style=&quot;border-style:solid;&quot;&gt;&lt;p style=&quot;margin:0px;margin-left:4px;&quot;&gt;- id:Long&lt;/p&gt;&lt;p style=&quot;margin:0px;margin-left:4px;&quot;&gt;- book: Book&lt;/p&gt;&lt;hr size=&quot;1&quot; style=&quot;border-style:solid;&quot;&gt;&lt;p style=&quot;margin:0px;margin-left:4px;&quot;&gt;+ getId():Long&lt;/p&gt;&lt;p style=&quot;margin:0px;margin-left:4px;&quot;&gt;+ getBook():Book&lt;/p&gt;&lt;p style=&quot;margin:0px;margin-left:4px;&quot;&gt;+ setBook(): Book&lt;/p&gt;" vertex="1">
+           <mxGeometry height="140" width="190" x="-170" y="680" as="geometry" />
        </mxCell>
        <mxCell id="-JATr5RUl8CMmcubA7B9-1" edge="1" parent="1" source="VC9RXPg_d_1Dh3A2mj1C-43" style="edgeStyle=orthogonalEdgeStyle;rounded=0;orthogonalLoop=1;jettySize=auto;html=1;entryX=0.025;entryY=0.511;entryDx=0;entryDy=0;entryPerimeter=0;endArrow=none;endFill=0;exitX=0.999;exitY=0.458;exitDx=0;exitDy=0;exitPerimeter=0;" target="-JATr5RUl8CMmcubA7B9-2">
          <mxGeometry relative="1" as="geometry">
            <mxPoint x="-1300" y="38.65" as="sourcePoint" />
            <mxPoint x="-1093.04" y="39.31000000000008" as="targetPoint" />
          </mxGeometry>
        </mxCell>
        <mxCell id="VC9RXPg_d_1Dh3A2mj1C-41" parent="1" style="swimlane;fontStyle=1;align=center;verticalAlign=top;childLayout=stackLayout;horizontal=1;startSize=26;horizontalStack=0;resizeParent=1;resizeParentMax=0;resizeLast=0;collapsible=1;marginBottom=0;whiteSpace=wrap;html=1;" value="Penalty" vertex="1">
          <mxGeometry height="398" width="280" x="-1570" y="-160" as="geometry" />
        </mxCell>
        <mxCell id="VC9RXPg_d_1Dh3A2mj1C-42" parent="VC9RXPg_d_1Dh3A2mj1C-41" style="text;strokeColor=none;fillColor=none;align=left;verticalAlign=top;spacingLeft=4;spacingRight=4;overflow=hidden;rotatable=0;points=[[0,0.5],[1,0.5]];portConstraint=eastwest;whiteSpace=wrap;html=1;" value="- Id: Long" vertex="1">
          <mxGeometry height="26" width="280" y="26" as="geometry" />
        </mxCell>
        <mxCell id="VC9RXPg_d_1Dh3A2mj1C-47" parent="VC9RXPg_d_1Dh3A2mj1C-41" style="text;strokeColor=none;fillColor=none;align=left;verticalAlign=top;spacingLeft=4;spacingRight=4;overflow=hidden;rotatable=0;points=[[0,0.5],[1,0.5]];portConstraint=eastwest;whiteSpace=wrap;html=1;" value="- payed: Boolean" vertex="1">
          <mxGeometry height="26" width="280" y="52" as="geometry" />
        </mxCell>
        <mxCell id="VC9RXPg_d_1Dh3A2mj1C-51" parent="VC9RXPg_d_1Dh3A2mj1C-41" style="text;strokeColor=none;fillColor=none;align=left;verticalAlign=top;spacingLeft=4;spacingRight=4;overflow=hidden;rotatable=0;points=[[0,0.5],[1,0.5]];portConstraint=eastwest;whiteSpace=wrap;html=1;" value="- Emprestimo loan" vertex="1">
          <mxGeometry height="26" width="280" y="78" as="geometry" />
        </mxCell>
        <mxCell id="VC9RXPg_d_1Dh3A2mj1C-48" parent="VC9RXPg_d_1Dh3A2mj1C-41" style="text;strokeColor=none;fillColor=none;align=left;verticalAlign=top;spacingLeft=4;spacingRight=4;overflow=hidden;rotatable=0;points=[[0,0.5],[1,0.5]];portConstraint=eastwest;whiteSpace=wrap;html=1;" value="- payedDate: LocalDate" vertex="1">
          <mxGeometry height="26" width="280" y="104" as="geometry" />
        </mxCell>
        <mxCell id="dsXsR4ag7PACNrRJgRpK-23" parent="VC9RXPg_d_1Dh3A2mj1C-41" style="text;strokeColor=none;fillColor=none;align=left;verticalAlign=top;spacingLeft=4;spacingRight=4;overflow=hidden;rotatable=0;points=[[0,0.5],[1,0.5]];portConstraint=eastwest;whiteSpace=wrap;html=1;" value="- penaltyDate: LocalDate" vertex="1">
          <mxGeometry height="26" width="280" y="130" as="geometry" />
        </mxCell>
        <mxCell id="dsXsR4ag7PACNrRJgRpK-22" parent="VC9RXPg_d_1Dh3A2mj1C-41" style="text;strokeColor=none;fillColor=none;align=left;verticalAlign=top;spacingLeft=4;spacingRight=4;overflow=hidden;rotatable=0;points=[[0,0.5],[1,0.5]];portConstraint=eastwest;whiteSpace=wrap;html=1;" value="- Status: Enum" vertex="1">
          <mxGeometry height="26" width="280" y="156" as="geometry" />
        </mxCell>
        <mxCell id="VC9RXPg_d_1Dh3A2mj1C-43" parent="VC9RXPg_d_1Dh3A2mj1C-41" style="line;strokeWidth=1;fillColor=none;align=left;verticalAlign=middle;spacingTop=-1;spacingLeft=3;spacingRight=3;rotatable=0;labelPosition=right;points=[];portConstraint=eastwest;strokeColor=inherit;" value="" vertex="1">
          <mxGeometry height="8" width="280" y="182" as="geometry" />
        </mxCell>
        <mxCell id="VC9RXPg_d_1Dh3A2mj1C-49" parent="VC9RXPg_d_1Dh3A2mj1C-41" style="text;strokeColor=none;fillColor=none;align=left;verticalAlign=top;spacingLeft=4;spacingRight=4;overflow=hidden;rotatable=0;points=[[0,0.5],[1,0.5]];portConstraint=eastwest;whiteSpace=wrap;html=1;" value="+ isPayed(): Boolean" vertex="1">
          <mxGeometry height="26" width="280" y="190" as="geometry" />
        </mxCell>
        <mxCell id="VC9RXPg_d_1Dh3A2mj1C-50" parent="VC9RXPg_d_1Dh3A2mj1C-41" style="text;strokeColor=none;fillColor=none;align=left;verticalAlign=top;spacingLeft=4;spacingRight=4;overflow=hidden;rotatable=0;points=[[0,0.5],[1,0.5]];portConstraint=eastwest;whiteSpace=wrap;html=1;" value="+ getPayedDate: LocalDate" vertex="1">
          <mxGeometry height="26" width="280" y="216" as="geometry" />
        </mxCell>
        <mxCell id="VC9RXPg_d_1Dh3A2mj1C-52" parent="VC9RXPg_d_1Dh3A2mj1C-41" style="text;strokeColor=none;fillColor=none;align=left;verticalAlign=top;spacingLeft=4;spacingRight=4;overflow=hidden;rotatable=0;points=[[0,0.5],[1,0.5]];portConstraint=eastwest;whiteSpace=wrap;html=1;" value="+ getLoan():Emprestimo" vertex="1">
          <mxGeometry height="26" width="280" y="242" as="geometry" />
        </mxCell>
        <mxCell id="VC9RXPg_d_1Dh3A2mj1C-53" parent="VC9RXPg_d_1Dh3A2mj1C-41" style="text;strokeColor=none;fillColor=none;align=left;verticalAlign=top;spacingLeft=4;spacingRight=4;overflow=hidden;rotatable=0;points=[[0,0.5],[1,0.5]];portConstraint=eastwest;whiteSpace=wrap;html=1;" value="+ setPayed(Boolean isPayed):Boolean" vertex="1">
          <mxGeometry height="26" width="280" y="268" as="geometry" />
        </mxCell>
        <mxCell id="VC9RXPg_d_1Dh3A2mj1C-54" parent="VC9RXPg_d_1Dh3A2mj1C-41" style="text;strokeColor=none;fillColor=none;align=left;verticalAlign=top;spacingLeft=4;spacingRight=4;overflow=hidden;rotatable=0;points=[[0,0.5],[1,0.5]];portConstraint=eastwest;whiteSpace=wrap;html=1;" value="+ setLoan(Boolean isPayed):Boolean" vertex="1">
          <mxGeometry height="26" width="280" y="294" as="geometry" />
        </mxCell>
        <mxCell id="VC9RXPg_d_1Dh3A2mj1C-55" parent="VC9RXPg_d_1Dh3A2mj1C-41" style="text;strokeColor=none;fillColor=none;align=left;verticalAlign=top;spacingLeft=4;spacingRight=4;overflow=hidden;rotatable=0;points=[[0,0.5],[1,0.5]];portConstraint=eastwest;whiteSpace=wrap;html=1;" value="+ setPayedDate(LocalDate date):LocalDate" vertex="1">
          <mxGeometry height="26" width="280" y="320" as="geometry" />
        </mxCell>
        <mxCell id="dsXsR4ag7PACNrRJgRpK-24" parent="VC9RXPg_d_1Dh3A2mj1C-41" style="text;strokeColor=none;fillColor=none;align=left;verticalAlign=top;spacingLeft=4;spacingRight=4;overflow=hidden;rotatable=0;points=[[0,0.5],[1,0.5]];portConstraint=eastwest;whiteSpace=wrap;html=1;" value="+ setPenaltyDate(LocalDate date):LocalDate" vertex="1">
          <mxGeometry height="26" width="280" y="346" as="geometry" />
        </mxCell>
        <mxCell id="dsXsR4ag7PACNrRJgRpK-25" parent="VC9RXPg_d_1Dh3A2mj1C-41" style="text;strokeColor=none;fillColor=none;align=left;verticalAlign=top;spacingLeft=4;spacingRight=4;overflow=hidden;rotatable=0;points=[[0,0.5],[1,0.5]];portConstraint=eastwest;whiteSpace=wrap;html=1;" value="+ setStatus(Enum status ):void" vertex="1">
          <mxGeometry height="26" width="280" y="372" as="geometry" />
        </mxCell>
        <mxCell id="dsXsR4ag7PACNrRJgRpK-2" edge="1" parent="1" source="dsXsR4ag7PACNrRJgRpK-1" style="edgeStyle=orthogonalEdgeStyle;rounded=0;orthogonalLoop=1;jettySize=auto;html=1;entryX=0.5;entryY=1;entryDx=0;entryDy=0;endArrow=none;endFill=0;" target="dsXsR4ag7PACNrRJgRpK-3">
          <mxGeometry relative="1" as="geometry">
            <mxPoint x="-595" y="660" as="targetPoint" />
          </mxGeometry>
        </mxCell>
        <mxCell id="dsXsR4ag7PACNrRJgRpK-7" edge="1" parent="1" source="dsXsR4ag7PACNrRJgRpK-1" style="edgeStyle=orthogonalEdgeStyle;rounded=0;orthogonalLoop=1;jettySize=auto;html=1;" target="dsXsR4ag7PACNrRJgRpK-8">
          <mxGeometry relative="1" as="geometry">
            <mxPoint x="-250" y="870" as="targetPoint" />
          </mxGeometry>
        </mxCell>
        <mxCell id="dsXsR4ag7PACNrRJgRpK-1" parent="1" style="verticalAlign=top;align=left;overflow=fill;html=1;whiteSpace=wrap;" value="&lt;p style=&quot;margin:0px;margin-top:4px;text-align:center;&quot;&gt;&lt;b&gt;Moviment&lt;/b&gt;&lt;/p&gt;&lt;hr size=&quot;1&quot; style=&quot;border-style:solid;&quot;&gt;&lt;p style=&quot;margin:0px;margin-left:4px;&quot;&gt;- id:Long&lt;/p&gt;&lt;p style=&quot;margin:0px;margin-left:4px;&quot;&gt;- stock: Estoque&lt;/p&gt;&lt;p style=&quot;margin:0px;margin-left:4px;&quot;&gt;- lean: Emprestimo&lt;/p&gt;&lt;p style=&quot;margin:0px;margin-left:4px;&quot;&gt;- typeItem: Enum&lt;/p&gt;&lt;p style=&quot;margin:0px;margin-left:4px;&quot;&gt;- qtd: int&lt;/p&gt;&lt;p style=&quot;margin:0px;margin-left:4px;&quot;&gt;&lt;span style=&quot;background-color: transparent; color: light-dark(rgb(0, 0, 0), rgb(255, 255, 255));&quot;&gt;- createdDate: LocalDate&lt;/span&gt;&lt;/p&gt;&lt;hr size=&quot;1&quot; style=&quot;border-style:solid;&quot;&gt;&lt;p style=&quot;margin:0px;margin-left:4px;&quot;&gt;+ getId():Long&lt;/p&gt;&lt;p style=&quot;margin:0px;margin-left:4px;&quot;&gt;+ getStock(): Estoque&lt;/p&gt;&lt;p style=&quot;margin:0px;margin-left:4px;&quot;&gt;+ setQtd(int qtd): int&lt;/p&gt;&lt;p style=&quot;margin:0px;margin-left:4px;&quot;&gt;+ setTypeItem(Enum type):void&lt;/p&gt;&lt;p style=&quot;margin:0px;margin-left:4px;&quot;&gt;&lt;br&gt;&lt;/p&gt;" vertex="1">
          <mxGeometry height="200" width="210" x="-717.5" y="820" as="geometry" />
        </mxCell>
        <mxCell id="2" edge="1" parent="1" style="edgeStyle=none;html=1;">
          <mxGeometry relative="1" as="geometry">
            <mxPoint x="-600" y="520" as="targetPoint" />
          </mxGeometry>
        </mxCell>
        <mxCell id="dsXsR4ag7PACNrRJgRpK-4" edge="1" parent="1" source="dsXsR4ag7PACNrRJgRpK-3" style="edgeStyle=orthogonalEdgeStyle;rounded=0;orthogonalLoop=1;jettySize=auto;html=1;entryX=0.462;entryY=1.032;entryDx=0;entryDy=0;entryPerimeter=0;" target="VC9RXPg_d_1Dh3A2mj1C-31">
          <mxGeometry relative="1" as="geometry">
            <mxPoint x="-595.1999999999998" y="383.45399999999995" as="targetPoint" />
          </mxGeometry>
        </mxCell>
        <mxCell id="dsXsR4ag7PACNrRJgRpK-3" parent="1" style="shape=rhombus;perimeter=rhombusPerimeter;whiteSpace=wrap;html=1;align=center;" value="retira livros/devovle" vertex="1">
          <mxGeometry height="80" width="155" x="-690" y="596" as="geometry" />
        </mxCell>
        <mxCell id="dsXsR4ag7PACNrRJgRpK-5" parent="1" style="text;html=1;align=center;verticalAlign=middle;resizable=0;points=[];autosize=1;strokeColor=none;fillColor=none;" value="(1,1)" vertex="1">
          <mxGeometry height="30" width="50" x="-580" y="450" as="geometry" />
        </mxCell>
        <mxCell id="dsXsR4ag7PACNrRJgRpK-6" parent="1" style="text;html=1;align=center;verticalAlign=middle;resizable=0;points=[];autosize=1;strokeColor=none;fillColor=none;" value="(1,1)" vertex="1">
          <mxGeometry height="30" width="50" x="-567.5" y="780" as="geometry" />
        </mxCell>
        <mxCell id="dsXsR4ag7PACNrRJgRpK-8" parent="1" style="shape=rhombus;perimeter=rhombusPerimeter;whiteSpace=wrap;html=1;align=center;" value="entrada/saida" vertex="1">
-           <mxGeometry height="60" width="120" x="-310" y="890" as="geometry" />
-         </mxCell>
-         <mxCell id="dsXsR4ag7PACNrRJgRpK-9" edge="1" parent="1" source="dsXsR4ag7PACNrRJgRpK-8" style="edgeStyle=orthogonalEdgeStyle;rounded=0;orthogonalLoop=1;jettySize=auto;html=1;entryX=0.583;entryY=1.003;entryDx=0;entryDy=0;entryPerimeter=0;" target="VC9RXPg_d_1Dh3A2mj1C-20">
+           <mxGeometry height="60" width="120" x="-380" y="890" as="geometry" />
+         </mxCell>
+         <mxCell id="dsXsR4ag7PACNrRJgRpK-9" edge="1" parent="1" source="dsXsR4ag7PACNrRJgRpK-8" style="edgeStyle=orthogonalEdgeStyle;rounded=0;orthogonalLoop=1;jettySize=auto;html=1;entryX=0;entryY=0.635;entryDx=0;entryDy=0;entryPerimeter=0;" target="PvHk8i297DR5AhSMIYYh-2">
          <mxGeometry relative="1" as="geometry">
            <mxPoint x="-250" y="690" as="targetPoint" />
          </mxGeometry>
        </mxCell>
        <mxCell id="dsXsR4ag7PACNrRJgRpK-13" parent="1" style="text;html=1;align=center;verticalAlign=middle;resizable=0;points=[];autosize=1;strokeColor=none;fillColor=none;" value="(1,n)" vertex="1">
          <mxGeometry height="30" width="50" x="-490" y="890" as="geometry" />
        </mxCell>
        <mxCell id="dsXsR4ag7PACNrRJgRpK-14" parent="1" style="text;html=1;align=center;verticalAlign=middle;resizable=0;points=[];autosize=1;strokeColor=none;fillColor=none;" value="(1,1)" vertex="1">
-           <mxGeometry height="30" width="50" x="-310" y="670" as="geometry" />
+           <mxGeometry height="30" width="50" x="-200" y="338" as="geometry" />
        </mxCell>
        <mxCell id="-JATr5RUl8CMmcubA7B9-2" parent="1" style="shape=rhombus;perimeter=rhombusPerimeter;whiteSpace=wrap;html=1;align=center;" value="Possui" vertex="1">
          <mxGeometry height="60" width="120" x="-1110" y="-4" as="geometry" />
        </mxCell>
        <mxCell id="-JATr5RUl8CMmcubA7B9-3" edge="1" parent="1" source="-JATr5RUl8CMmcubA7B9-2" style="edgeStyle=orthogonalEdgeStyle;rounded=0;orthogonalLoop=1;jettySize=auto;html=1;entryX=0;entryY=0.5;entryDx=0;entryDy=0;entryPerimeter=0;" target="KmSjKLGz71K4W9qImJ2B-86">
          <mxGeometry relative="1" as="geometry" />
        </mxCell>
        <mxCell id="-JATr5RUl8CMmcubA7B9-4" parent="1" style="text;html=1;align=center;verticalAlign=middle;resizable=0;points=[];autosize=1;strokeColor=none;fillColor=none;" value="(1,1)" vertex="1">
          <mxGeometry height="30" width="50" x="-1280" y="-10" as="geometry" />
        </mxCell>
        <mxCell id="-JATr5RUl8CMmcubA7B9-5" parent="1" style="text;html=1;align=center;verticalAlign=middle;resizable=0;points=[];autosize=1;strokeColor=none;fillColor=none;" value="(1,1)" vertex="1">
          <mxGeometry height="30" width="50" x="-820" y="-48" as="geometry" />
        </mxCell>
        <mxCell id="PvHk8i297DR5AhSMIYYh-2" parent="1" style="verticalAlign=top;align=left;overflow=fill;html=1;whiteSpace=wrap;" value="&lt;p style=&quot;margin:0px;margin-top:4px;text-align:center;&quot;&gt;&lt;b&gt;StockBook&lt;/b&gt;&lt;/p&gt;&lt;hr size=&quot;1&quot; style=&quot;border-style:solid;&quot;&gt;&lt;p style=&quot;margin:0px;margin-left:4px;&quot;&gt;- id:Long&lt;/p&gt;&lt;p style=&quot;margin:0px;margin-left:4px;&quot;&gt;- stock: stock&lt;/p&gt;&lt;p style=&quot;margin:0px;margin-left:4px;&quot;&gt;- book: Book&lt;/p&gt;&lt;p style=&quot;margin:0px;margin-left:4px;&quot;&gt;- qtd: int&lt;/p&gt;&lt;hr size=&quot;1&quot; style=&quot;border-style:solid;&quot;&gt;&lt;p style=&quot;margin:0px;margin-left:4px;&quot;&gt;+ getId():Long&lt;/p&gt;&lt;p style=&quot;margin:0px;margin-left:4px;&quot;&gt;+ getStock:Stock&lt;/p&gt;&lt;p style=&quot;margin:0px;margin-left:4px;&quot;&gt;+SetSTock(Stock stock)&lt;/p&gt;&lt;p style=&quot;margin:0px;margin-left:4px;&quot;&gt;+ getBook():Book&lt;/p&gt;&lt;p style=&quot;margin:0px;margin-left:4px;&quot;&gt;+ setBook(): Book&lt;/p&gt;" vertex="1">
          <mxGeometry height="192" width="190" x="-140" y="198" as="geometry" />
        </mxCell>
        <mxCell id="PvHk8i297DR5AhSMIYYh-3" edge="1" parent="1" source="KmSjKLGz71K4W9qImJ2B-35" style="edgeStyle=orthogonalEdgeStyle;rounded=0;orthogonalLoop=1;jettySize=auto;html=1;entryX=0.5;entryY=1;entryDx=0;entryDy=0;" target="PvHk8i297DR5AhSMIYYh-2">
          <mxGeometry relative="1" as="geometry">
            <mxPoint x="-10" y="420" as="targetPoint" />
          </mxGeometry>
        </mxCell>
-         <mxCell id="PvHk8i297DR5AhSMIYYh-4" edge="1" parent="1" source="VC9RXPg_d_1Dh3A2mj1C-20" style="edgeStyle=orthogonalEdgeStyle;rounded=0;orthogonalLoop=1;jettySize=auto;html=1;entryX=0.368;entryY=1.014;entryDx=0;entryDy=0;entryPerimeter=0;" target="PvHk8i297DR5AhSMIYYh-2">
-           <mxGeometry relative="1" as="geometry" />
-         </mxCell>
        <mxCell id="PvHk8i297DR5AhSMIYYh-5" parent="1" style="text;html=1;align=center;verticalAlign=middle;resizable=0;points=[];autosize=1;strokeColor=none;fillColor=none;" value="(1,n)" vertex="1">
-           <mxGeometry height="30" width="50" x="-150" y="552" as="geometry" />
+           <mxGeometry height="30" width="50" x="-130" y="596" as="geometry" />
        </mxCell>
        <mxCell id="PvHk8i297DR5AhSMIYYh-6" parent="1" style="text;html=1;align=center;verticalAlign=middle;resizable=0;points=[];autosize=1;strokeColor=none;fillColor=none;" value="(1,n)" vertex="1">
          <mxGeometry height="30" width="50" x="30" y="552" as="geometry" />
+         </mxCell>
+         <mxCell id="PvHk8i297DR5AhSMIYYh-7" edge="1" parent="1" source="VC9RXPg_d_1Dh3A2mj1C-20" style="edgeStyle=orthogonalEdgeStyle;rounded=0;orthogonalLoop=1;jettySize=auto;html=1;entryX=0.338;entryY=0.999;entryDx=0;entryDy=0;entryPerimeter=0;" target="PvHk8i297DR5AhSMIYYh-2">
+           <mxGeometry relative="1" as="geometry" />
        </mxCell>
      </root>
    </mxGraphModel>
  </diagram>
</mxfile>
